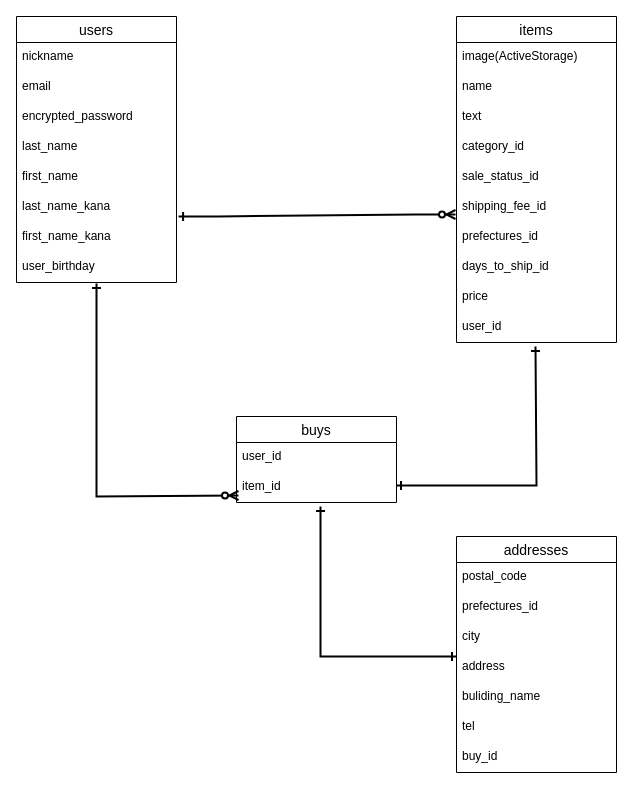
Before: test.dio in Nobutaka333/furima-34825, a draw.io diagram. Source tidied: cells renumbered, new cells numbered last; positions are measured from the earlier drawing's top-left corner, leaving out a move shared by most shapes. Both pictures are drawn from the tidied source at 100%, with x=0, y=0 at pixel (16, 16).
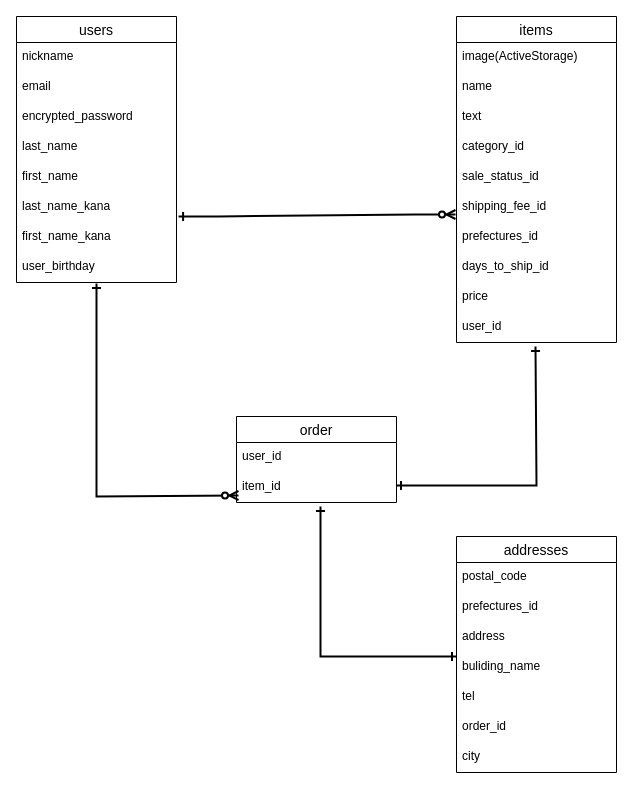
The same page after the edit.

The change refers to these unchanged cells:
```xml
<mxCell id="25" value="addresses" style="swimlane;fontStyle=0;horizontal=1;startSize=26;align=center;fontSize=14;" parent="1" vertex="1">
  <mxGeometry x="440" y="520" width="160" height="236" as="geometry" />
</mxCell>
```

Diff of the diagram source:
```diff
@@
-    <mxCell id="22" value="buys" style="swimlane;fontStyle=0;horizontal=1;startSize=26;align=center;fontSize=14;" parent="1" vertex="1">
+    <mxCell id="22" value="order" style="swimlane;fontStyle=0;horizontal=1;startSize=26;align=center;fontSize=14;" parent="1" vertex="1">
       <mxGeometry x="220" y="400" width="160" height="86" as="geometry" />
     </mxCell>
@@
-    <mxCell id="28" value="city" style="text;strokeColor=none;fillColor=none;spacingLeft=4;spacingRight=4;overflow=hidden;fontSize=12;" parent="25" vertex="1">
-      <mxGeometry y="86" width="160" height="30" as="geometry" />
-    </mxCell>
     <mxCell id="29" value="address" style="text;strokeColor=none;fillColor=none;spacingLeft=4;spacingRight=4;overflow=hidden;fontSize=12;" parent="25" vertex="1">
-      <mxGeometry y="116" width="160" height="30" as="geometry" />
+      <mxGeometry y="86" width="160" height="30" as="geometry" />
     </mxCell>
     <mxCell id="30" value="buliding_name" style="text;strokeColor=none;fillColor=none;spacingLeft=4;spacingRight=4;overflow=hidden;fontSize=12;" parent="25" vertex="1">
-      <mxGeometry y="146" width="160" height="30" as="geometry" />
+      <mxGeometry y="116" width="160" height="30" as="geometry" />
     </mxCell>
     <mxCell id="31" value="tel" style="text;strokeColor=none;fillColor=none;spacingLeft=4;spacingRight=4;overflow=hidden;fontSize=12;" parent="25" vertex="1">
-      <mxGeometry y="176" width="160" height="30" as="geometry" />
+      <mxGeometry y="146" width="160" height="30" as="geometry" />
     </mxCell>
-    <mxCell id="32" value="buy_id" style="text;strokeColor=none;fillColor=none;spacingLeft=4;spacingRight=4;overflow=hidden;fontSize=12;" parent="25" vertex="1">
-      <mxGeometry y="206" width="160" height="30" as="geometry" />
+    <mxCell id="32" value="order_id" style="text;strokeColor=none;fillColor=none;spacingLeft=4;spacingRight=4;overflow=hidden;fontSize=12;" parent="25" vertex="1">
+      <mxGeometry y="176" width="160" height="30" as="geometry" />
     </mxCell>
+    <mxCell id="28" value="city" style="text;strokeColor=none;fillColor=none;spacingLeft=4;spacingRight=4;overflow=hidden;fontSize=12;" parent="25" vertex="1">
+      <mxGeometry y="206" width="160" height="30" as="geometry" />
+    </mxCell>
```
